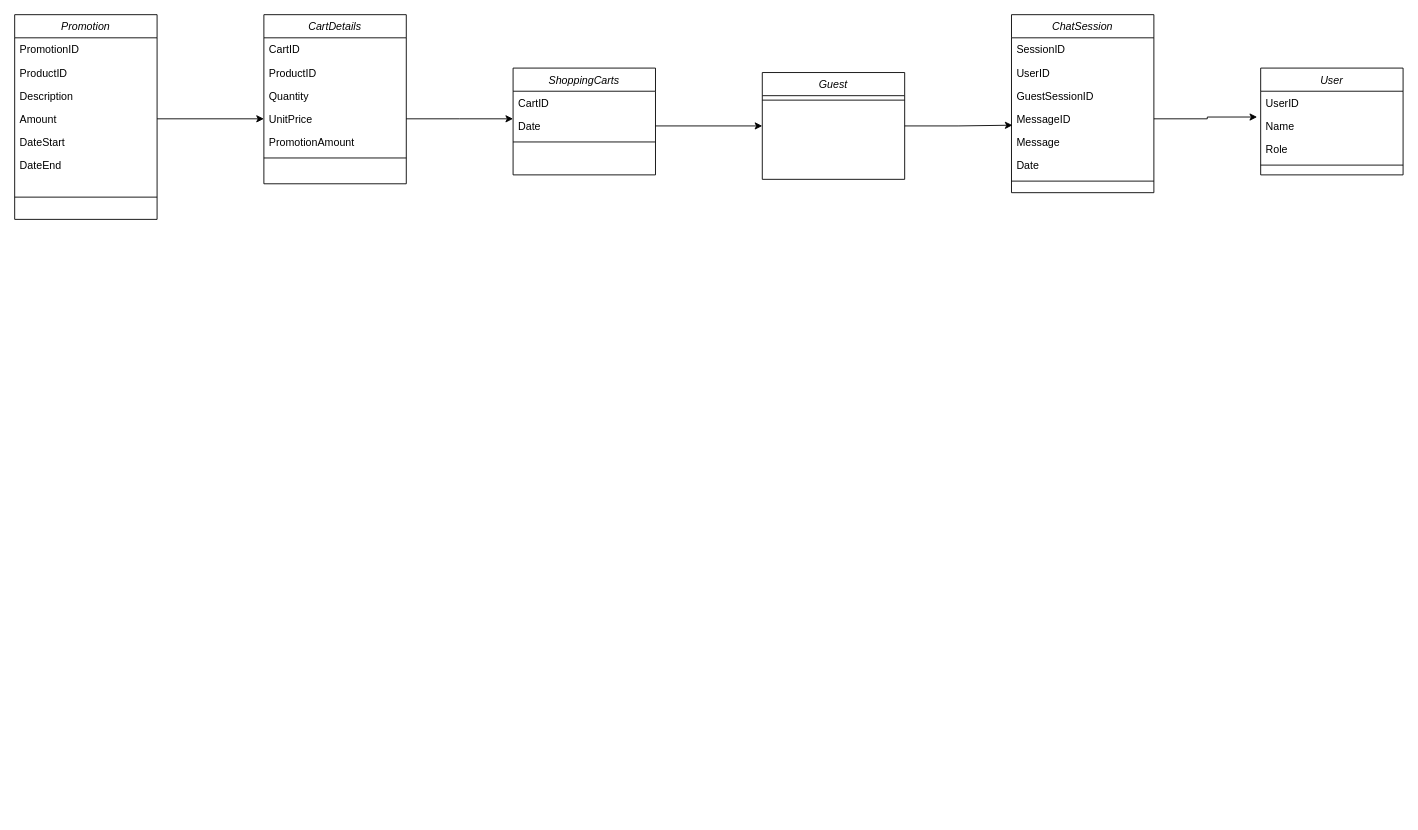
This is Untitled Diagram.drawio from DoChuan13/JV_MD03_SS20_TH_01-3-CommercialCase, a draw.io file, before an edit. Source tidied: cells renumbered, new cells numbered last; positions are measured from the earlier drawing's top-left corner, leaving out a move shared by most shapes. Both pictures are drawn from the tidied source at 89%, with x=0, y=0 at pixel (14, 14).
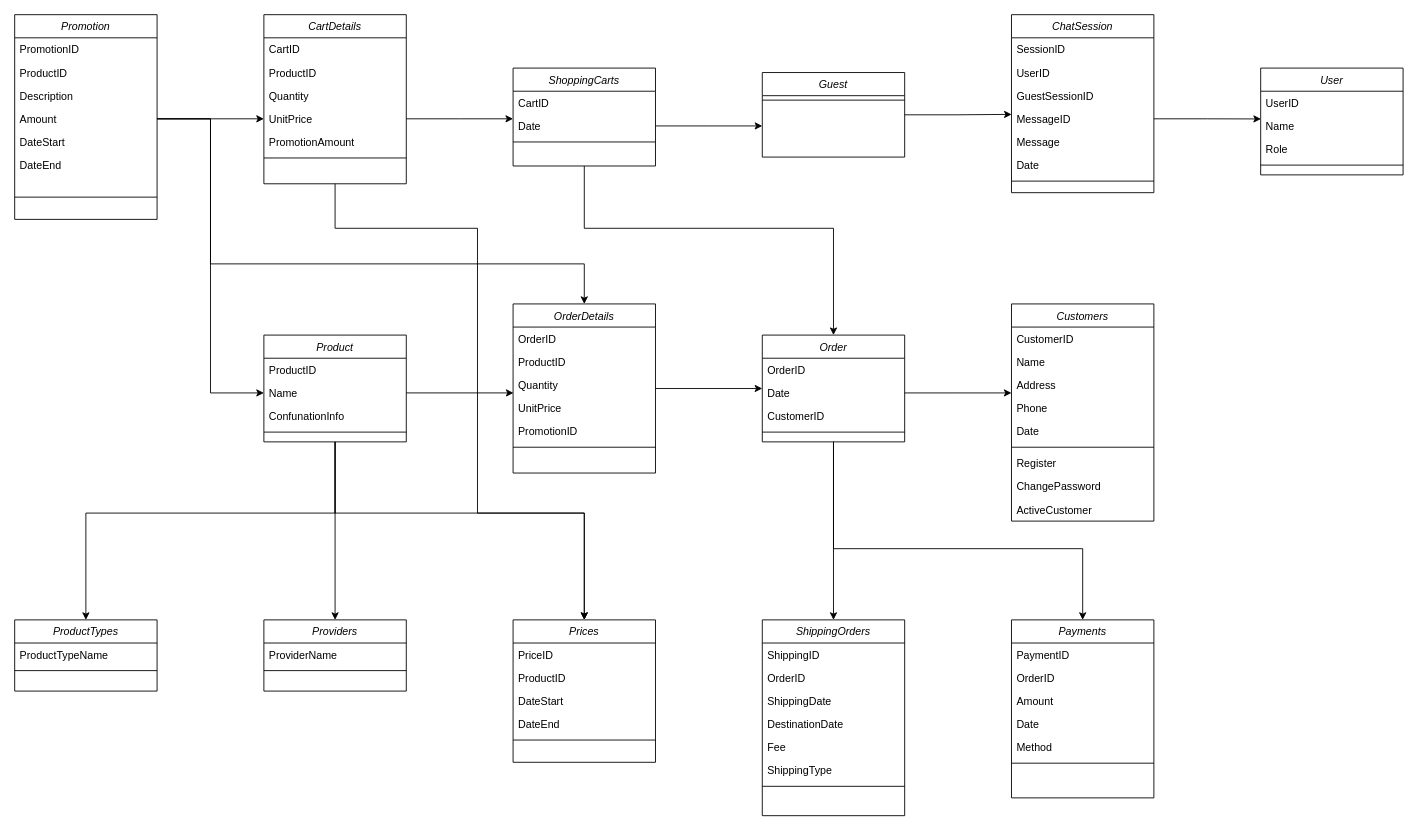
The same diagram, later.

The change refers to these unchanged cells:
```xml
<mxCell id="6" value="Amount" style="text;align=left;verticalAlign=top;spacingLeft=4;spacingRight=4;overflow=hidden;points=[[0,0.5],[1,0.5]];portConstraint=eastwest;" parent="2" vertex="1">
  <mxGeometry y="104" width="160" height="26" as="geometry" />
</mxCell>
<mxCell id="10" value="CartDetails" style="swimlane;fontStyle=2;align=center;verticalAlign=top;horizontal=1;startSize=26;rounded=0;shadow=0;strokeWidth=1;" parent="1" vertex="1">
  <mxGeometry x="280" width="160" height="190" as="geometry" />
</mxCell>
<mxCell id="20" value="Date" style="text;align=left;verticalAlign=top;spacingLeft=4;spacingRight=4;overflow=hidden;points=[[0,0.5],[1,0.5]];portConstraint=eastwest;rounded=0;shadow=0;html=0;" parent="18" vertex="1">
  <mxGeometry y="52" width="160" height="26" as="geometry" />
</mxCell>
<mxCell id="31" value="MessageID" style="text;align=left;verticalAlign=top;spacingLeft=4;spacingRight=4;overflow=hidden;points=[[0,0.5],[1,0.5]];portConstraint=eastwest;" parent="27" vertex="1">
  <mxGeometry y="104" width="160" height="26" as="geometry" />
</mxCell>
<mxCell id="37" value="Name" style="text;align=left;verticalAlign=top;spacingLeft=4;spacingRight=4;overflow=hidden;points=[[0,0.5],[1,0.5]];portConstraint=eastwest;rounded=0;shadow=0;html=0;" parent="35" vertex="1">
  <mxGeometry y="52" width="160" height="26" as="geometry" />
</mxCell>
```

Diff of the diagram source:
```diff
@@
+    <mxCell id="41" style="edgeStyle=orthogonalEdgeStyle;rounded=0;jettySize=auto;html=1;entryX=0.5;entryY=0;entryDx=0;entryDy=0;" parent="1" edge="1" source="10" target="86">
+      <mxGeometry relative="1" as="geometry">
+        <Array as="points">
+          <mxPoint x="360" y="240" />
+          <mxPoint x="520" y="240" />
+          <mxPoint x="520" y="560" />
+          <mxPoint x="640" y="560" />
+        </Array>
+      </mxGeometry>
+    </mxCell>
@@
+    <mxCell id="42" style="edgeStyle=orthogonalEdgeStyle;rounded=0;jettySize=auto;html=1;entryX=0.5;entryY=0;entryDx=0;entryDy=0;" parent="1" edge="1" source="18" target="64">
+      <mxGeometry relative="1" as="geometry">
+        <Array as="points">
+          <mxPoint x="640" y="240" />
+          <mxPoint x="920" y="240" />
+        </Array>
+      </mxGeometry>
+    </mxCell>
     <mxCell id="18" value="ShoppingCarts" style="swimlane;fontStyle=2;align=center;verticalAlign=top;horizontal=1;startSize=26;rounded=0;shadow=0;strokeWidth=1;" parent="1" vertex="1">
-      <mxGeometry x="560" y="60" width="160" height="120" as="geometry" />
+      <mxGeometry x="560" y="60" width="160" height="110" as="geometry" />
     </mxCell>
@@
-    <mxCell id="23" style="edgeStyle=orthogonalEdgeStyle;rounded=0;jettySize=auto;html=1;exitX=1;exitY=0.5;exitDx=0;exitDy=0;entryX=0.007;entryY=0.776;entryDx=0;entryDy=0;entryPerimeter=0;" parent="1" edge="1" source="24" target="31">
+    <mxCell id="23" style="edgeStyle=orthogonalEdgeStyle;rounded=0;jettySize=auto;html=1;exitX=1;exitY=0.5;exitDx=0;exitDy=0;entryX=0.001;entryY=0.308;entryDx=0;entryDy=0;entryPerimeter=0;" parent="1" edge="1" source="24" target="31">
       <mxGeometry relative="1" as="geometry" />
     </mxCell>
     <mxCell id="24" value="Guest" style="swimlane;fontStyle=2;align=center;verticalAlign=top;horizontal=1;startSize=26;rounded=0;shadow=0;strokeWidth=1;" parent="1" vertex="1">
-      <mxGeometry x="840" y="65" width="160" height="120" as="geometry" />
+      <mxGeometry x="840" y="65" width="160" height="95" as="geometry" />
     </mxCell>
@@
-    <mxCell id="26" style="edgeStyle=orthogonalEdgeStyle;rounded=0;jettySize=auto;html=1;entryX=0;entryY=0.5;entryDx=0;entryDy=0;" parent="1" edge="1" source="20" target="24">
-      <mxGeometry relative="1" as="geometry" />
+    <mxCell id="26" style="edgeStyle=orthogonalEdgeStyle;rounded=0;jettySize=auto;html=1;" parent="1" edge="1" source="20">
+      <mxGeometry relative="1" as="geometry">
+        <mxPoint x="840" y="125" as="targetPoint" />
+      </mxGeometry>
     </mxCell>
@@
-    <mxCell id="40" style="edgeStyle=orthogonalEdgeStyle;rounded=0;jettySize=auto;html=1;entryX=-0.025;entryY=0.115;entryDx=0;entryDy=0;entryPerimeter=0;" parent="1" edge="1" source="31" target="37">
+    <mxCell id="40" style="edgeStyle=orthogonalEdgeStyle;rounded=0;jettySize=auto;html=1;entryX=0.002;entryY=0.198;entryDx=0;entryDy=0;entryPerimeter=0;" parent="1" edge="1" source="31" target="37">
       <mxGeometry relative="1" as="geometry" />
     </mxCell>
+    <mxCell id="43" style="edgeStyle=orthogonalEdgeStyle;rounded=0;jettySize=auto;html=1;entryX=0.5;entryY=0;entryDx=0;entryDy=0;" parent="1" edge="1" source="46" target="80">
+      <mxGeometry relative="1" as="geometry" />
+    </mxCell>
+    <mxCell id="44" style="edgeStyle=orthogonalEdgeStyle;rounded=0;jettySize=auto;html=1;entryX=0.5;entryY=0;entryDx=0;entryDy=0;" parent="1" edge="1" source="46" target="83">
+      <mxGeometry relative="1" as="geometry">
+        <Array as="points">
+          <mxPoint x="360" y="560" />
+          <mxPoint x="80" y="560" />
+        </Array>
+      </mxGeometry>
+    </mxCell>
+    <mxCell id="45" style="edgeStyle=orthogonalEdgeStyle;rounded=0;jettySize=auto;html=1;entryX=0.5;entryY=0;entryDx=0;entryDy=0;" parent="1" edge="1" source="46" target="86">
+      <mxGeometry relative="1" as="geometry">
+        <Array as="points">
+          <mxPoint x="360" y="560" />
+          <mxPoint x="640" y="560" />
+        </Array>
+      </mxGeometry>
+    </mxCell>
+    <mxCell id="46" value="Product" style="swimlane;fontStyle=2;align=center;verticalAlign=top;horizontal=1;startSize=26;rounded=0;shadow=0;strokeWidth=1;" parent="1" vertex="1">
+      <mxGeometry x="280" y="360" width="160" height="120" as="geometry" />
+    </mxCell>
+    <mxCell id="47" value="ProductID" style="text;align=left;verticalAlign=top;spacingLeft=4;spacingRight=4;overflow=hidden;" parent="46" vertex="1">
+      <mxGeometry y="26" width="160" height="26" as="geometry" />
+    </mxCell>
+    <mxCell id="48" value="Name" style="text;align=left;verticalAlign=top;spacingLeft=4;spacingRight=4;overflow=hidden;points=[[0,0.5],[1,0.5]];portConstraint=eastwest;rounded=0;shadow=0;html=0;" parent="46" vertex="1">
+      <mxGeometry y="52" width="160" height="26" as="geometry" />
+    </mxCell>
+    <mxCell id="49" value="ConfunationInfo" style="text;align=left;verticalAlign=top;spacingLeft=4;spacingRight=4;overflow=hidden;rounded=0;shadow=0;html=0;" parent="46" vertex="1">
+      <mxGeometry y="78" width="160" height="26" as="geometry" />
+    </mxCell>
+    <mxCell id="50" style="line;html=1;strokeWidth=1;align=left;verticalAlign=middle;spacingTop=-1;spacingLeft=3;spacingRight=3;labelPosition=right;" parent="46" vertex="1">
+      <mxGeometry y="104" width="160" height="10" as="geometry" />
+    </mxCell>
+    <mxCell id="51" style="edgeStyle=orthogonalEdgeStyle;rounded=0;jettySize=auto;html=1;entryX=0;entryY=0.5;entryDx=0;entryDy=0;" parent="1" edge="1" source="6" target="48">
+      <mxGeometry relative="1" as="geometry">
+        <Array as="points">
+          <mxPoint x="220" y="117" />
+          <mxPoint x="220" y="425" />
+        </Array>
+      </mxGeometry>
+    </mxCell>
+    <mxCell id="52" style="edgeStyle=orthogonalEdgeStyle;rounded=0;jettySize=auto;html=1;entryX=0;entryY=0.308;entryDx=0;entryDy=0;entryPerimeter=0;" parent="1" edge="1" source="53" target="66">
+      <mxGeometry relative="1" as="geometry" />
+    </mxCell>
+    <mxCell id="53" value="OrderDetails" style="swimlane;fontStyle=2;align=center;verticalAlign=top;horizontal=1;startSize=26;rounded=0;shadow=0;strokeWidth=1;" parent="1" vertex="1">
+      <mxGeometry x="560" y="325" width="160" height="190" as="geometry" />
+    </mxCell>
+    <mxCell id="54" value="OrderID" style="text;align=left;verticalAlign=top;spacingLeft=4;spacingRight=4;overflow=hidden;" parent="53" vertex="1">
+      <mxGeometry y="26" width="160" height="26" as="geometry" />
+    </mxCell>
+    <mxCell id="55" value="ProductID" style="text;align=left;verticalAlign=top;spacingLeft=4;spacingRight=4;overflow=hidden;rounded=0;shadow=0;html=0;" parent="53" vertex="1">
+      <mxGeometry y="52" width="160" height="26" as="geometry" />
+    </mxCell>
+    <mxCell id="56" value="Quantity" style="text;align=left;verticalAlign=top;spacingLeft=4;spacingRight=4;overflow=hidden;points=[[0,0.5],[1,0.5]];portConstraint=eastwest;rounded=0;shadow=0;html=0;" parent="53" vertex="1">
+      <mxGeometry y="78" width="160" height="26" as="geometry" />
+    </mxCell>
+    <mxCell id="57" value="UnitPrice" style="text;align=left;verticalAlign=top;spacingLeft=4;spacingRight=4;overflow=hidden;" parent="53" vertex="1">
+      <mxGeometry y="104" width="160" height="26" as="geometry" />
+    </mxCell>
+    <mxCell id="58" value="PromotionID" style="text;align=left;verticalAlign=top;spacingLeft=4;spacingRight=4;overflow=hidden;" parent="53" vertex="1">
+      <mxGeometry y="130" width="160" height="26" as="geometry" />
+    </mxCell>
+    <mxCell id="59" style="line;html=1;strokeWidth=1;align=left;verticalAlign=middle;spacingTop=-1;spacingLeft=3;spacingRight=3;labelPosition=right;" parent="53" vertex="1">
+      <mxGeometry y="156" width="160" height="10" as="geometry" />
+    </mxCell>
+    <mxCell id="60" style="edgeStyle=orthogonalEdgeStyle;rounded=0;jettySize=auto;html=1;entryX=0.003;entryY=0.845;entryDx=0;entryDy=0;entryPerimeter=0;" parent="1" edge="1" source="48" target="56">
+      <mxGeometry relative="1" as="geometry" />
+    </mxCell>
+    <mxCell id="61" style="edgeStyle=orthogonalEdgeStyle;rounded=0;jettySize=auto;html=1;entryX=0.5;entryY=0;entryDx=0;entryDy=0;" parent="1" edge="1" source="6" target="53">
+      <mxGeometry relative="1" as="geometry">
+        <Array as="points">
+          <mxPoint x="220" y="117" />
+          <mxPoint x="220" y="280" />
+          <mxPoint x="640" y="280" />
+        </Array>
+      </mxGeometry>
+    </mxCell>
+    <mxCell id="62" style="edgeStyle=orthogonalEdgeStyle;rounded=0;jettySize=auto;html=1;exitX=0.5;exitY=1;exitDx=0;exitDy=0;entryX=0.5;entryY=0;entryDx=0;entryDy=0;" parent="1" edge="1" source="64" target="92">
+      <mxGeometry relative="1" as="geometry" />
+    </mxCell>
+    <mxCell id="63" style="edgeStyle=orthogonalEdgeStyle;rounded=0;jettySize=auto;html=1;entryX=0.5;entryY=0;entryDx=0;entryDy=0;" parent="1" edge="1" source="64" target="100">
+      <mxGeometry relative="1" as="geometry">
+        <Array as="points">
+          <mxPoint x="920" y="600" />
+          <mxPoint x="1200" y="600" />
+        </Array>
+      </mxGeometry>
+    </mxCell>
+    <mxCell id="64" value="Order" style="swimlane;fontStyle=2;align=center;verticalAlign=top;horizontal=1;startSize=26;rounded=0;shadow=0;strokeWidth=1;" parent="1" vertex="1">
+      <mxGeometry x="840" y="360" width="160" height="120" as="geometry" />
+    </mxCell>
+    <mxCell id="65" value="OrderID" style="text;align=left;verticalAlign=top;spacingLeft=4;spacingRight=4;overflow=hidden;" parent="64" vertex="1">
+      <mxGeometry y="26" width="160" height="26" as="geometry" />
+    </mxCell>
+    <mxCell id="66" value="Date" style="text;align=left;verticalAlign=top;spacingLeft=4;spacingRight=4;overflow=hidden;points=[[0,0.5],[1,0.5]];portConstraint=eastwest;rounded=0;shadow=0;html=0;" parent="64" vertex="1">
+      <mxGeometry y="52" width="160" height="26" as="geometry" />
+    </mxCell>
+    <mxCell id="67" value="CustomerID" style="text;align=left;verticalAlign=top;spacingLeft=4;spacingRight=4;overflow=hidden;rounded=0;shadow=0;html=0;" parent="64" vertex="1">
+      <mxGeometry y="78" width="160" height="26" as="geometry" />
+    </mxCell>
+    <mxCell id="68" style="line;html=1;strokeWidth=1;align=left;verticalAlign=middle;spacingTop=-1;spacingLeft=3;spacingRight=3;labelPosition=right;" parent="64" vertex="1">
+      <mxGeometry y="104" width="160" height="10" as="geometry" />
+    </mxCell>
+    <mxCell id="69" value="Customers" style="swimlane;fontStyle=2;align=center;verticalAlign=top;horizontal=1;startSize=26;rounded=0;shadow=0;strokeWidth=1;" parent="1" vertex="1">
+      <mxGeometry x="1120" y="325" width="160" height="244" as="geometry" />
+    </mxCell>
+    <mxCell id="70" value="CustomerID" style="text;align=left;verticalAlign=top;spacingLeft=4;spacingRight=4;overflow=hidden;" parent="69" vertex="1">
+      <mxGeometry y="26" width="160" height="26" as="geometry" />
+    </mxCell>
+    <mxCell id="71" value="Name" style="text;align=left;verticalAlign=top;spacingLeft=4;spacingRight=4;overflow=hidden;rounded=0;shadow=0;html=0;" parent="69" vertex="1">
+      <mxGeometry y="52" width="160" height="26" as="geometry" />
+    </mxCell>
+    <mxCell id="72" value="Address" style="text;align=left;verticalAlign=top;spacingLeft=4;spacingRight=4;overflow=hidden;rounded=0;shadow=0;html=0;" parent="69" vertex="1">
+      <mxGeometry y="78" width="160" height="26" as="geometry" />
+    </mxCell>
+    <mxCell id="73" value="Phone" style="text;align=left;verticalAlign=top;spacingLeft=4;spacingRight=4;overflow=hidden;" parent="69" vertex="1">
+      <mxGeometry y="104" width="160" height="26" as="geometry" />
+    </mxCell>
+    <mxCell id="74" value="Date" style="text;align=left;verticalAlign=top;spacingLeft=4;spacingRight=4;overflow=hidden;" parent="69" vertex="1">
+      <mxGeometry y="130" width="160" height="26" as="geometry" />
+    </mxCell>
+    <mxCell id="75" style="line;html=1;strokeWidth=1;align=left;verticalAlign=middle;spacingTop=-1;spacingLeft=3;spacingRight=3;labelPosition=right;" parent="69" vertex="1">
+      <mxGeometry y="156" width="160" height="10" as="geometry" />
+    </mxCell>
+    <mxCell id="76" value="Register" style="text;align=left;verticalAlign=top;spacingLeft=4;spacingRight=4;overflow=hidden;" parent="69" vertex="1">
+      <mxGeometry y="166" width="160" height="26" as="geometry" />
+    </mxCell>
+    <mxCell id="77" value="ChangePassword" style="text;align=left;verticalAlign=top;spacingLeft=4;spacingRight=4;overflow=hidden;" parent="69" vertex="1">
+      <mxGeometry y="192" width="160" height="26" as="geometry" />
+    </mxCell>
+    <mxCell id="78" value="ActiveCustomer" style="text;align=left;verticalAlign=top;spacingLeft=4;spacingRight=4;overflow=hidden;" parent="69" vertex="1">
+      <mxGeometry y="218" width="160" height="26" as="geometry" />
+    </mxCell>
+    <mxCell id="79" style="edgeStyle=orthogonalEdgeStyle;rounded=0;jettySize=auto;html=1;" parent="1" edge="1" source="66">
+      <mxGeometry relative="1" as="geometry">
+        <mxPoint x="1120" y="425" as="targetPoint" />
+      </mxGeometry>
+    </mxCell>
+    <mxCell id="80" value="Providers" style="swimlane;fontStyle=2;align=center;verticalAlign=top;horizontal=1;startSize=26;rounded=0;shadow=0;strokeWidth=1;" parent="1" vertex="1">
+      <mxGeometry x="280" y="680" width="160" height="80" as="geometry" />
+    </mxCell>
+    <mxCell id="81" value="ProviderName" style="text;align=left;verticalAlign=top;spacingLeft=4;spacingRight=4;overflow=hidden;" parent="80" vertex="1">
+      <mxGeometry y="26" width="160" height="26" as="geometry" />
+    </mxCell>
+    <mxCell id="82" style="line;html=1;strokeWidth=1;align=left;verticalAlign=middle;spacingTop=-1;spacingLeft=3;spacingRight=3;labelPosition=right;" parent="80" vertex="1">
+      <mxGeometry y="52" width="160" height="10" as="geometry" />
+    </mxCell>
+    <mxCell id="83" value="ProductTypes" style="swimlane;fontStyle=2;align=center;verticalAlign=top;horizontal=1;startSize=26;rounded=0;shadow=0;strokeWidth=1;" parent="1" vertex="1">
+      <mxGeometry y="680" width="160" height="80" as="geometry" />
+    </mxCell>
+    <mxCell id="84" value="ProductTypeName" style="text;align=left;verticalAlign=top;spacingLeft=4;spacingRight=4;overflow=hidden;" parent="83" vertex="1">
+      <mxGeometry y="26" width="160" height="26" as="geometry" />
+    </mxCell>
+    <mxCell id="85" style="line;html=1;strokeWidth=1;align=left;verticalAlign=middle;spacingTop=-1;spacingLeft=3;spacingRight=3;labelPosition=right;" parent="83" vertex="1">
+      <mxGeometry y="52" width="160" height="10" as="geometry" />
+    </mxCell>
+    <mxCell id="86" value="Prices" style="swimlane;fontStyle=2;align=center;verticalAlign=top;horizontal=1;startSize=26;rounded=0;shadow=0;strokeWidth=1;" parent="1" vertex="1">
+      <mxGeometry x="560" y="680" width="160" height="160" as="geometry" />
+    </mxCell>
+    <mxCell id="87" value="PriceID" style="text;align=left;verticalAlign=top;spacingLeft=4;spacingRight=4;overflow=hidden;" parent="86" vertex="1">
+      <mxGeometry y="26" width="160" height="26" as="geometry" />
+    </mxCell>
+    <mxCell id="88" value="ProductID" style="text;align=left;verticalAlign=top;spacingLeft=4;spacingRight=4;overflow=hidden;rounded=0;shadow=0;html=0;" parent="86" vertex="1">
+      <mxGeometry y="52" width="160" height="26" as="geometry" />
+    </mxCell>
+    <mxCell id="89" value="DateStart" style="text;align=left;verticalAlign=top;spacingLeft=4;spacingRight=4;overflow=hidden;rounded=0;shadow=0;html=0;" parent="86" vertex="1">
+      <mxGeometry y="78" width="160" height="26" as="geometry" />
+    </mxCell>
+    <mxCell id="90" value="DateEnd" style="text;align=left;verticalAlign=top;spacingLeft=4;spacingRight=4;overflow=hidden;" parent="86" vertex="1">
+      <mxGeometry y="104" width="160" height="26" as="geometry" />
+    </mxCell>
+    <mxCell id="91" style="line;html=1;strokeWidth=1;align=left;verticalAlign=middle;spacingTop=-1;spacingLeft=3;spacingRight=3;labelPosition=right;" parent="86" vertex="1">
+      <mxGeometry y="130" width="160" height="10" as="geometry" />
+    </mxCell>
+    <mxCell id="92" value="ShippingOrders" style="swimlane;fontStyle=2;align=center;verticalAlign=top;horizontal=1;startSize=26;rounded=0;shadow=0;strokeWidth=1;" parent="1" vertex="1">
+      <mxGeometry x="840" y="680" width="160" height="220" as="geometry" />
+    </mxCell>
+    <mxCell id="93" value="ShippingID" style="text;align=left;verticalAlign=top;spacingLeft=4;spacingRight=4;overflow=hidden;" parent="92" vertex="1">
+      <mxGeometry y="26" width="160" height="26" as="geometry" />
+    </mxCell>
+    <mxCell id="94" value="OrderID" style="text;align=left;verticalAlign=top;spacingLeft=4;spacingRight=4;overflow=hidden;rounded=0;shadow=0;html=0;" parent="92" vertex="1">
+      <mxGeometry y="52" width="160" height="26" as="geometry" />
+    </mxCell>
+    <mxCell id="95" value="ShippingDate" style="text;align=left;verticalAlign=top;spacingLeft=4;spacingRight=4;overflow=hidden;rounded=0;shadow=0;html=0;" parent="92" vertex="1">
+      <mxGeometry y="78" width="160" height="26" as="geometry" />
+    </mxCell>
+    <mxCell id="96" value="DestinationDate" style="text;align=left;verticalAlign=top;spacingLeft=4;spacingRight=4;overflow=hidden;" parent="92" vertex="1">
+      <mxGeometry y="104" width="160" height="26" as="geometry" />
+    </mxCell>
+    <mxCell id="97" value="Fee" style="text;align=left;verticalAlign=top;spacingLeft=4;spacingRight=4;overflow=hidden;" parent="92" vertex="1">
+      <mxGeometry y="130" width="160" height="26" as="geometry" />
+    </mxCell>
+    <mxCell id="98" value="ShippingType" style="text;align=left;verticalAlign=top;spacingLeft=4;spacingRight=4;overflow=hidden;" parent="92" vertex="1">
+      <mxGeometry y="156" width="160" height="26" as="geometry" />
+    </mxCell>
+    <mxCell id="99" style="line;html=1;strokeWidth=1;align=left;verticalAlign=middle;spacingTop=-1;spacingLeft=3;spacingRight=3;labelPosition=right;" parent="92" vertex="1">
+      <mxGeometry y="182" width="160" height="10" as="geometry" />
+    </mxCell>
+    <mxCell id="100" value="Payments" style="swimlane;fontStyle=2;align=center;verticalAlign=top;horizontal=1;startSize=26;rounded=0;shadow=0;strokeWidth=1;" parent="1" vertex="1">
+      <mxGeometry x="1120" y="680" width="160" height="200" as="geometry" />
+    </mxCell>
+    <mxCell id="101" value="PaymentID" style="text;align=left;verticalAlign=top;spacingLeft=4;spacingRight=4;overflow=hidden;" parent="100" vertex="1">
+      <mxGeometry y="26" width="160" height="26" as="geometry" />
+    </mxCell>
+    <mxCell id="102" value="OrderID" style="text;align=left;verticalAlign=top;spacingLeft=4;spacingRight=4;overflow=hidden;rounded=0;shadow=0;html=0;" parent="100" vertex="1">
+      <mxGeometry y="52" width="160" height="26" as="geometry" />
+    </mxCell>
+    <mxCell id="103" value="Amount" style="text;align=left;verticalAlign=top;spacingLeft=4;spacingRight=4;overflow=hidden;rounded=0;shadow=0;html=0;" parent="100" vertex="1">
+      <mxGeometry y="78" width="160" height="26" as="geometry" />
+    </mxCell>
+    <mxCell id="104" value="Date" style="text;align=left;verticalAlign=top;spacingLeft=4;spacingRight=4;overflow=hidden;" parent="100" vertex="1">
+      <mxGeometry y="104" width="160" height="26" as="geometry" />
+    </mxCell>
+    <mxCell id="105" value="Method" style="text;align=left;verticalAlign=top;spacingLeft=4;spacingRight=4;overflow=hidden;" parent="100" vertex="1">
+      <mxGeometry y="130" width="160" height="26" as="geometry" />
+    </mxCell>
+    <mxCell id="106" style="line;html=1;strokeWidth=1;align=left;verticalAlign=middle;spacingTop=-1;spacingLeft=3;spacingRight=3;labelPosition=right;" parent="100" vertex="1">
+      <mxGeometry y="156" width="160" height="10" as="geometry" />
+    </mxCell>
```
